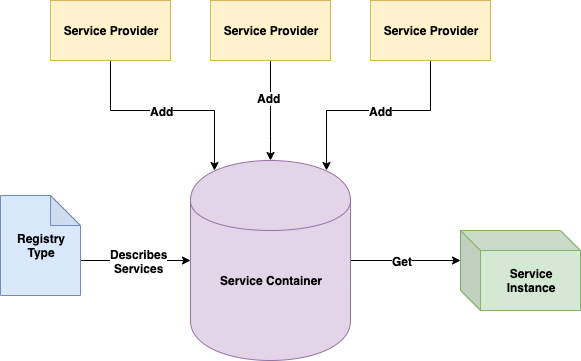
Above: images/be-our-guest.png in AJStacy/be-our-guest (draw.io), before the change. Source tidied: cells renumbered, new cells last; positions are measured from the earlier drawing's top-left corner, leaving out a move shared by most shapes.
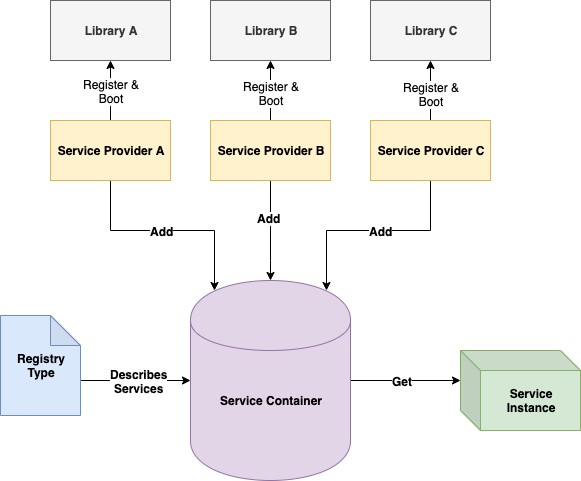
After the commit.

The edit, as a diff of the source:
```diff
@@ -30,7 +30,15 @@
         <mxPoint x="2" y="-1" as="offset" />
       </mxGeometry>
     </mxCell>
+    <mxCell id="18" style="edgeStyle=orthogonalEdgeStyle;rounded=0;jettySize=auto;html=1;exitX=0.5;exitY=0;exitDx=0;exitDy=0;entryX=0.5;entryY=1;entryDx=0;entryDy=0;" parent="1" edge="1" source="10" target="24">
+      <mxGeometry relative="1" as="geometry" />
+    </mxCell>
+    <mxCell id="19" value="Register &amp;amp;&lt;br&gt;Boot" style="text;html=1;align=center;verticalAlign=middle;labelBackgroundColor=#ffffff;" parent="18" vertex="1">
+      <mxGeometry x="0.1" y="-1" relative="1" as="geometry">
+        <mxPoint x="-1" y="3" as="offset" />
+      </mxGeometry>
+    </mxCell>
-    <mxCell id="10" value="&lt;b&gt;Service Provider&lt;/b&gt;" style="rounded=0;whiteSpace=wrap;html=1;fillColor=#fff2cc;strokeColor=#d6b656;" parent="1" vertex="1">
+    <mxCell id="10" value="&lt;b&gt;Service Provider A&lt;/b&gt;" style="rounded=0;whiteSpace=wrap;html=1;fillColor=#fff2cc;strokeColor=#d6b656;" parent="1" vertex="1">
       <mxGeometry x="50" width="120" height="60" as="geometry" />
     </mxCell>
     <mxCell id="11" style="edgeStyle=orthogonalEdgeStyle;rounded=0;jettySize=auto;html=1;exitX=0.5;exitY=1;exitDx=0;exitDy=0;entryX=0.5;entryY=0;entryDx=0;entryDy=0;" parent="1" edge="1" source="13" target="7">
@@ -46,7 +54,13 @@
         <mxPoint x="28" y="-30" as="offset" />
       </mxGeometry>
     </mxCell>
+    <mxCell id="20" style="edgeStyle=orthogonalEdgeStyle;rounded=0;jettySize=auto;html=1;exitX=0.5;exitY=0;exitDx=0;exitDy=0;entryX=0.5;entryY=1;entryDx=0;entryDy=0;" parent="1" edge="1" source="13" target="25">
+      <mxGeometry relative="1" as="geometry" />
+    </mxCell>
+    <mxCell id="21" value="Register &amp;amp;&lt;br&gt;Boot" style="text;html=1;align=center;verticalAlign=middle;labelBackgroundColor=#ffffff;" parent="20" vertex="1">
+      <mxGeometry x="-0.07" relative="1" as="geometry" />
+    </mxCell>
-    <mxCell id="13" value="&lt;b&gt;Service Provider&lt;/b&gt;" style="rounded=0;whiteSpace=wrap;html=1;fillColor=#fff2cc;strokeColor=#d6b656;" parent="1" vertex="1">
+    <mxCell id="13" value="&lt;b&gt;Service Provider B&lt;/b&gt;" style="rounded=0;whiteSpace=wrap;html=1;fillColor=#fff2cc;strokeColor=#d6b656;" parent="1" vertex="1">
       <mxGeometry x="210" width="120" height="60" as="geometry" />
     </mxCell>
     <mxCell id="14" style="edgeStyle=orthogonalEdgeStyle;rounded=0;jettySize=auto;html=1;exitX=0.5;exitY=1;exitDx=0;exitDy=0;entryX=0.85;entryY=0.05;entryDx=0;entryDy=0;entryPerimeter=0;" parent="1" edge="1" source="16" target="7">
@@ -55,11 +69,26 @@
     <mxCell id="15" value="&lt;b&gt;Add&lt;/b&gt;" style="text;html=1;align=center;verticalAlign=middle;labelBackgroundColor=#ffffff;" parent="14" vertex="1">
       <mxGeometry x="-0.07" relative="1" as="geometry" />
     </mxCell>
+    <mxCell id="22" style="edgeStyle=orthogonalEdgeStyle;rounded=0;jettySize=auto;html=1;exitX=0.5;exitY=0;exitDx=0;exitDy=0;entryX=0.5;entryY=1;entryDx=0;entryDy=0;" parent="1" edge="1" source="16" target="26">
+      <mxGeometry relative="1" as="geometry" />
+    </mxCell>
+    <mxCell id="23" value="Register &amp;amp;&lt;br&gt;Boot" style="text;html=1;align=center;verticalAlign=middle;labelBackgroundColor=#ffffff;" parent="22" vertex="1">
+      <mxGeometry x="-0.1" relative="1" as="geometry" />
+    </mxCell>
-    <mxCell id="16" value="&lt;b&gt;Service Provider&lt;/b&gt;" style="rounded=0;whiteSpace=wrap;html=1;fillColor=#fff2cc;strokeColor=#d6b656;" parent="1" vertex="1">
+    <mxCell id="16" value="&lt;b&gt;Service Provider C&lt;/b&gt;" style="rounded=0;whiteSpace=wrap;html=1;fillColor=#fff2cc;strokeColor=#d6b656;" parent="1" vertex="1">
       <mxGeometry x="370" width="120" height="60" as="geometry" />
     </mxCell>
     <mxCell id="17" value="&lt;b&gt;Service&lt;br&gt;Instance&lt;/b&gt;" style="shape=cube;whiteSpace=wrap;html=1;boundedLbl=1;backgroundOutline=1;darkOpacity=0.05;darkOpacity2=0.1;fillColor=#d5e8d4;strokeColor=#82b366;" parent="1" vertex="1">
       <mxGeometry x="460" y="230" width="120" height="80" as="geometry" />
     </mxCell>
+    <mxCell id="24" value="&lt;b&gt;Library A&lt;/b&gt;" style="rounded=0;whiteSpace=wrap;html=1;fillColor=#f5f5f5;strokeColor=#666666;fontColor=#333333;" parent="1" vertex="1">
+      <mxGeometry x="50" y="-120" width="120" height="60" as="geometry" />
+    </mxCell>
+    <mxCell id="25" value="&lt;b&gt;Library B&lt;/b&gt;" style="rounded=0;whiteSpace=wrap;html=1;fillColor=#f5f5f5;strokeColor=#666666;fontColor=#333333;" parent="1" vertex="1">
+      <mxGeometry x="210" y="-120" width="120" height="60" as="geometry" />
+    </mxCell>
+    <mxCell id="26" value="&lt;b&gt;Library C&lt;/b&gt;" style="rounded=0;whiteSpace=wrap;html=1;fillColor=#f5f5f5;strokeColor=#666666;fontColor=#333333;" parent="1" vertex="1">
+      <mxGeometry x="370" y="-120" width="120" height="60" as="geometry" />
+    </mxCell>
   </root>
 </mxGraphModel>
```
